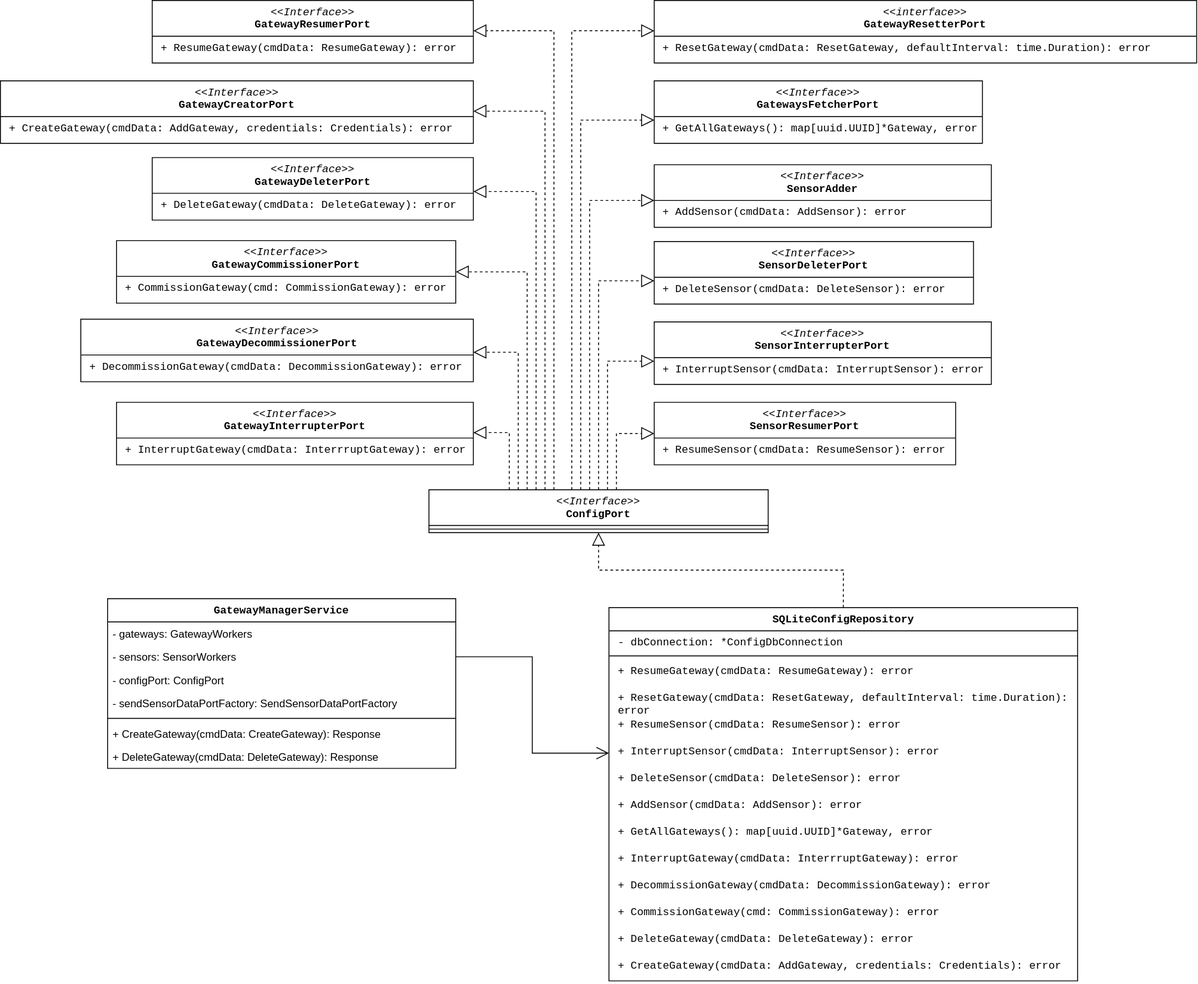
This is src/assets/c4/gateway/ConfigCodeDiagram.drawio.svg from GlitchHub-Team/GlitchHub-Team.github.io, a draw.io export, as it was before one commit. Source tidied: cells renumbered, new cells last; positions are measured from the earlier drawing's top-left corner, leaving out a move shared by most shapes.
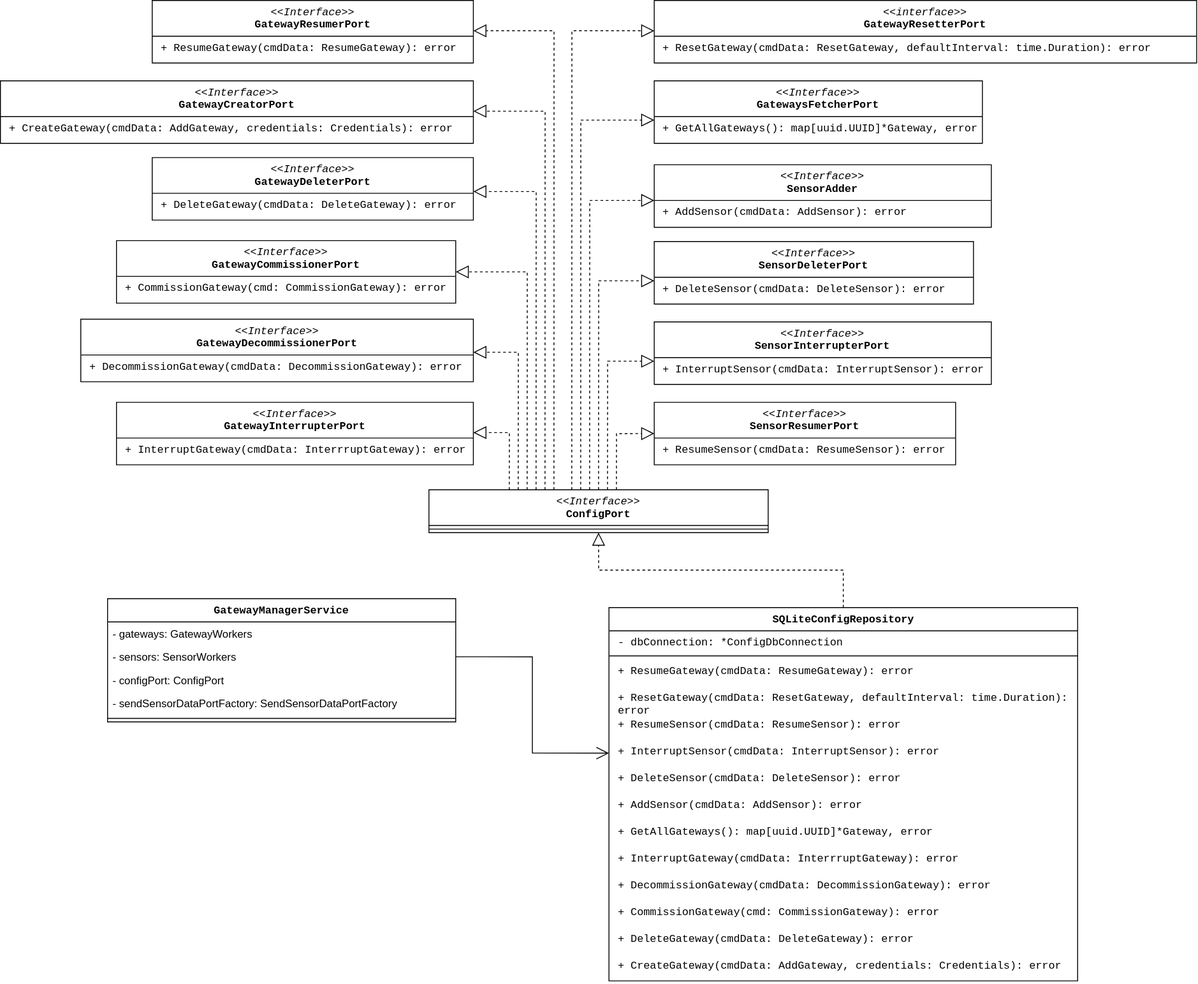
The same diagram one commit later.

The edit, as a diff of the source:
```diff
@@ -225,7 +225,7 @@
       <mxGeometry relative="1" as="geometry" />
     </mxCell>
     <mxCell id="56" value="&lt;span style=&quot;&quot;&gt;GatewayManagerService&lt;/span&gt;" style="swimlane;fontStyle=1;align=center;verticalAlign=top;horizontal=1;startSize=26;whiteSpace=wrap;html=1;fontFamily=Consolas, monospace;" parent="1" vertex="1">
-      <mxGeometry x="120" y="670" width="390" height="190" as="geometry" />
+      <mxGeometry x="120" y="670" width="390" height="138" as="geometry" />
     </mxCell>
     <mxCell id="57" value="- gateways: GatewayWorkers" style="text;strokeColor=none;fillColor=none;align=left;verticalAlign=top;spacingLeft=4;spacingRight=4;overflow=hidden;whiteSpace=wrap;html=1;" parent="56" vertex="1">
       <mxGeometry y="26" width="390" height="26" as="geometry" />
@@ -242,14 +242,8 @@
     <mxCell id="61" style="line;strokeWidth=1;fillColor=none;align=left;verticalAlign=middle;spacingTop=-1;spacingLeft=3;spacingRight=3;labelPosition=right;strokeColor=inherit;fontFamily=Consolas, monospace;" parent="56" vertex="1">
       <mxGeometry y="130" width="390" height="8" as="geometry" />
     </mxCell>
-    <mxCell id="62" value="+ CreateGateway(cmdData: CreateGateway): Response" style="text;strokeColor=none;fillColor=none;align=left;verticalAlign=top;spacingLeft=4;spacingRight=4;overflow=hidden;whiteSpace=wrap;html=1;" parent="56" vertex="1">
-      <mxGeometry y="138" width="390" height="26" as="geometry" />
+    <mxCell id="62" style="endArrow=open;endFill=1;endSize=12;html=1;rounded=0;exitX=1;exitY=0.5;exitDx=0;exitDy=0;entryX=0;entryY=0.5;entryDx=0;entryDy=0;edgeStyle=orthogonalEdgeStyle;" parent="1" edge="1" source="58" target="46">
+      <mxGeometry relative="1" as="geometry" />
     </mxCell>
-    <mxCell id="63" value="+ DeleteGateway(cmdData: DeleteGateway): Response" style="text;strokeColor=none;fillColor=none;align=left;verticalAlign=top;spacingLeft=4;spacingRight=4;overflow=hidden;whiteSpace=wrap;html=1;" parent="56" vertex="1">
-      <mxGeometry y="164" width="390" height="26" as="geometry" />
-    </mxCell>
-    <mxCell id="64" style="endArrow=open;endFill=1;endSize=12;html=1;rounded=0;exitX=1;exitY=0.5;exitDx=0;exitDy=0;entryX=0;entryY=0.5;entryDx=0;entryDy=0;edgeStyle=orthogonalEdgeStyle;" parent="1" edge="1" source="58" target="46">
-      <mxGeometry relative="1" as="geometry" />
-    </mxCell>
   </root>
 </mxGraphModel>
```
